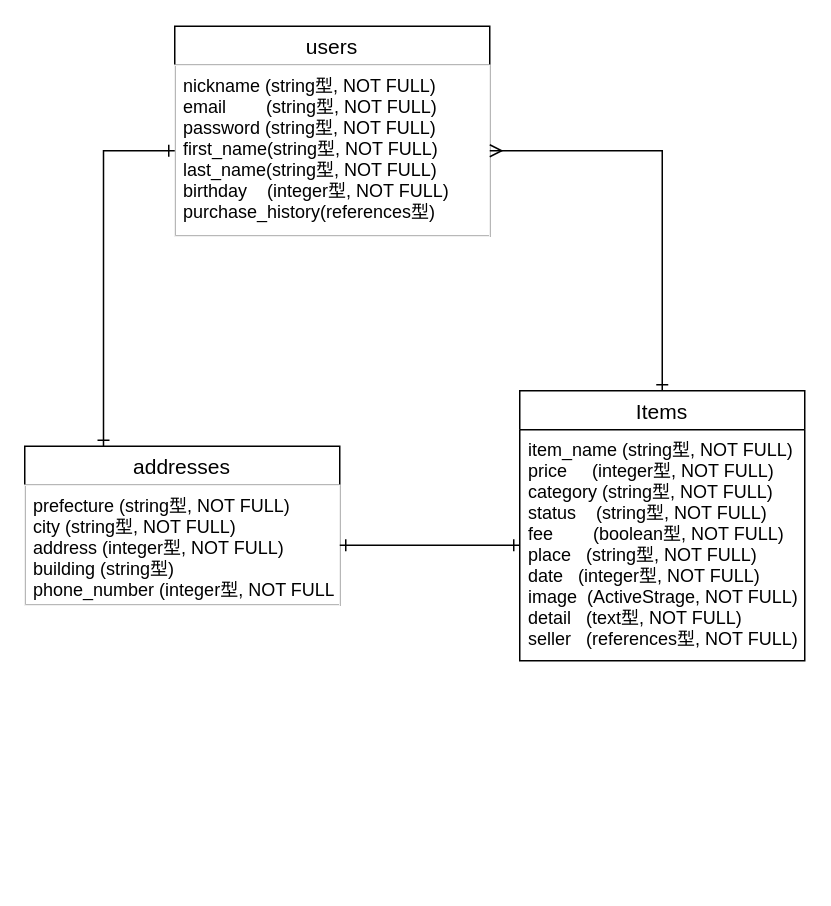
Before: ER.dio in kb-ritsu/furima-32528, a draw.io diagram. Source tidied: cells renumbered, new cells numbered last; positions are measured from the earlier drawing's top-left corner, leaving out a move shared by most shapes. Both pictures are drawn from the tidied source at 150%, with x=0, y=0 at pixel (24, 26).
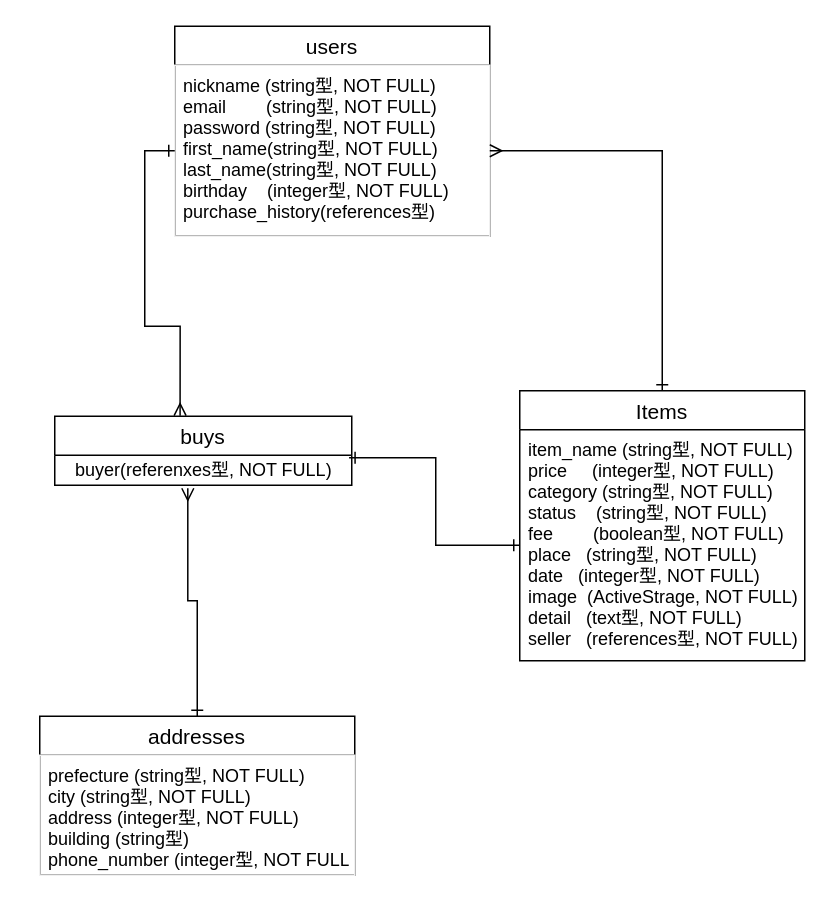
The same page after the edit.

What changed in the source:
```diff
@@
 <mxGraphModel>
   <root>
     <mxCell id="0" />
     <mxCell id="1" parent="0" />
     <mxCell id="2" value="users" style="swimlane;fontStyle=0;horizontal=1;startSize=26;align=center;fontSize=14;" parent="1" vertex="1">
       <mxGeometry x="100" width="210" height="140" as="geometry" />
     </mxCell>
     <mxCell id="3" value="nickname (string型, NOT FULL)&#10;email        (string型, NOT FULL)&#10;password (string型, NOT FULL)&#10;first_name(string型, NOT FULL)&#10;last_name(string型, NOT FULL)&#10;birthday    (integer型, NOT FULL)&#10;purchase_history(references型)" style="text;fillColor=none;spacingLeft=4;spacingRight=4;overflow=hidden;points=[[0,0.5],[1,0.5]];portConstraint=eastwest;fontSize=12;strokeColor=#f0f0f0;" parent="2" vertex="1">
       <mxGeometry y="26" width="210" height="114" as="geometry" />
     </mxCell>
+    <mxCell id="11" style="edgeStyle=orthogonalEdgeStyle;rounded=0;jettySize=auto;html=1;exitX=0.5;exitY=0;exitDx=0;exitDy=0;entryX=0.448;entryY=1.1;entryDx=0;entryDy=0;entryPerimeter=0;endArrow=ERmany;endFill=0;startArrow=ERone;startFill=0;" parent="1" edge="1" source="4" target="12">
+      <mxGeometry relative="1" as="geometry" />
+    </mxCell>
     <mxCell id="4" value="addresses" style="swimlane;fontStyle=0;horizontal=1;startSize=26;align=center;fontSize=14;" parent="1" vertex="1">
-      <mxGeometry y="280" width="210" height="106" as="geometry" />
+      <mxGeometry x="10" y="460" width="210" height="106" as="geometry" />
     </mxCell>
     <mxCell id="5" value="prefecture (string型, NOT FULL)&#10;city (string型, NOT FULL)&#10;address (integer型, NOT FULL)&#10;building (string型)&#10;phone_number (integer型, NOT FULL)" style="text;fillColor=none;spacingLeft=4;spacingRight=4;overflow=hidden;points=[[0,0.5],[1,0.5]];portConstraint=eastwest;fontSize=12;strokeColor=#f0f0f0;" parent="4" vertex="1">
       <mxGeometry y="26" width="210" height="80" as="geometry" />
     </mxCell>
     <mxCell id="6" value="Items" style="swimlane;fontStyle=0;horizontal=1;startSize=26;align=center;fontSize=14;" parent="1" vertex="1">
       <mxGeometry x="330" y="243" width="190" height="180" as="geometry" />
     </mxCell>
     <mxCell id="7" value="item_name (string型, NOT FULL)&#10;price     (integer型, NOT FULL)&#10;category (string型, NOT FULL)&#10;status    (string型, NOT FULL)&#10;fee        (boolean型, NOT FULL)&#10;place   (string型, NOT FULL)&#10;date   (integer型, NOT FULL)&#10;image  (ActiveStrage, NOT FULL)&#10;detail   (text型, NOT FULL)&#10;seller   (references型, NOT FULL)" style="text;strokeColor=none;fillColor=none;spacingLeft=4;spacingRight=4;overflow=hidden;points=[[0,0.5],[1,0.5]];portConstraint=eastwest;fontSize=12;" parent="6" vertex="1">
       <mxGeometry y="26" width="190" height="154" as="geometry" />
     </mxCell>
-    <mxCell id="8" style="rounded=0;jettySize=auto;html=1;exitX=0;exitY=0.5;exitDx=0;exitDy=0;entryX=0.25;entryY=0;entryDx=0;entryDy=0;edgeStyle=orthogonalEdgeStyle;endArrow=ERone;endFill=0;startArrow=ERone;startFill=0;" parent="1" edge="1" source="3" target="4">
-      <mxGeometry relative="1" as="geometry">
-        <Array as="points">
-          <mxPoint x="53" y="83" />
-        </Array>
-      </mxGeometry>
-    </mxCell>
     <mxCell id="9" style="edgeStyle=orthogonalEdgeStyle;rounded=0;jettySize=auto;html=1;exitX=1;exitY=0.5;exitDx=0;exitDy=0;entryX=0.5;entryY=0;entryDx=0;entryDy=0;startArrow=ERmany;startFill=0;endArrow=ERone;endFill=0;" parent="1" edge="1" source="3" target="6">
       <mxGeometry relative="1" as="geometry" />
     </mxCell>
-    <mxCell id="10" style="edgeStyle=orthogonalEdgeStyle;rounded=0;jettySize=auto;html=1;exitX=1;exitY=0.5;exitDx=0;exitDy=0;startArrow=ERone;startFill=0;endArrow=ERone;endFill=0;entryX=0;entryY=0.5;entryDx=0;entryDy=0;" parent="1" edge="1" source="5" target="7">
-      <mxGeometry relative="1" as="geometry" />
+    <mxCell id="10" value="buys" style="swimlane;fontStyle=0;horizontal=1;startSize=26;align=center;fontSize=14;" parent="1" vertex="1">
+      <mxGeometry x="20" y="260" width="198" height="46" as="geometry" />
     </mxCell>
+    <mxCell id="12" value="buyer(referenxes型, NOT FULL)" style="text;html=1;align=center;verticalAlign=middle;points=[];" parent="10" vertex="1">
+      <mxGeometry y="26" width="198" height="20" as="geometry" />
+    </mxCell>
+    <mxCell id="13" style="edgeStyle=orthogonalEdgeStyle;rounded=0;jettySize=auto;html=1;exitX=0;exitY=0.5;exitDx=0;exitDy=0;entryX=0.422;entryY=-0.009;entryDx=0;entryDy=0;entryPerimeter=0;startArrow=ERone;startFill=0;endArrow=ERmany;endFill=0;" parent="1" edge="1" source="3" target="10">
+      <mxGeometry relative="1" as="geometry" />
+    </mxCell>
+    <mxCell id="14" style="edgeStyle=orthogonalEdgeStyle;rounded=0;jettySize=auto;html=1;exitX=0;exitY=0.5;exitDx=0;exitDy=0;entryX=0.991;entryY=0.08;entryDx=0;entryDy=0;entryPerimeter=0;startArrow=ERone;startFill=0;endArrow=ERone;endFill=0;" parent="1" edge="1" source="7" target="12">
+      <mxGeometry relative="1" as="geometry" />
+    </mxCell>
   </root>
 </mxGraphModel>
```
